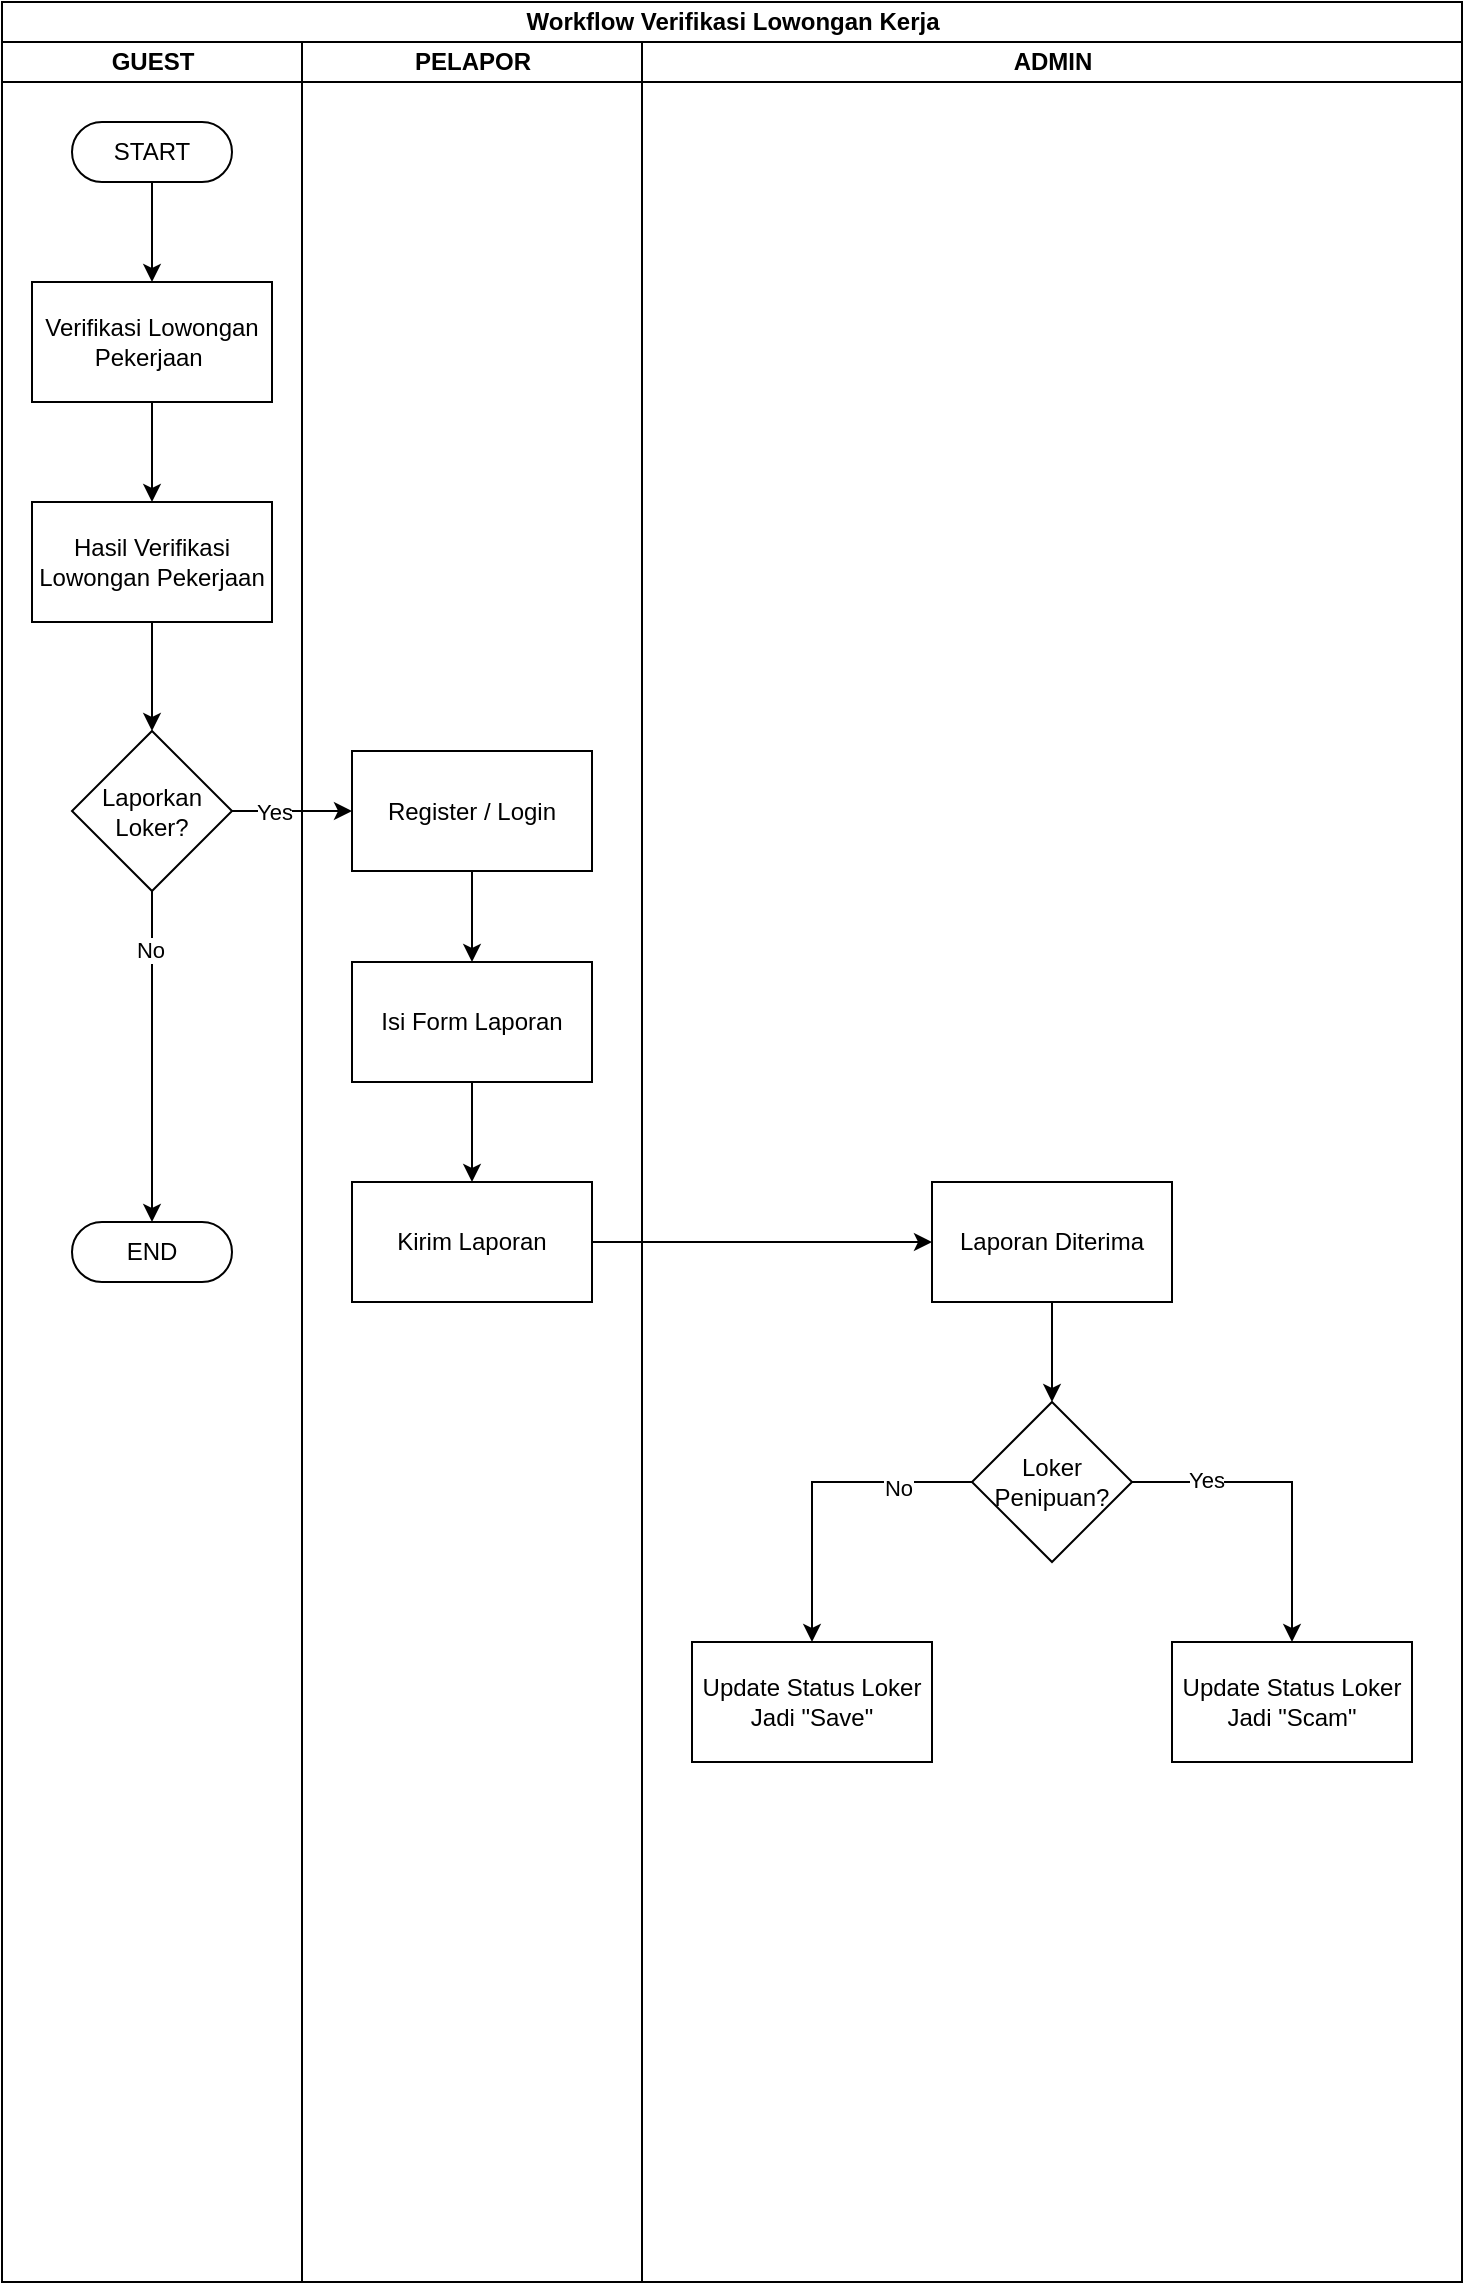
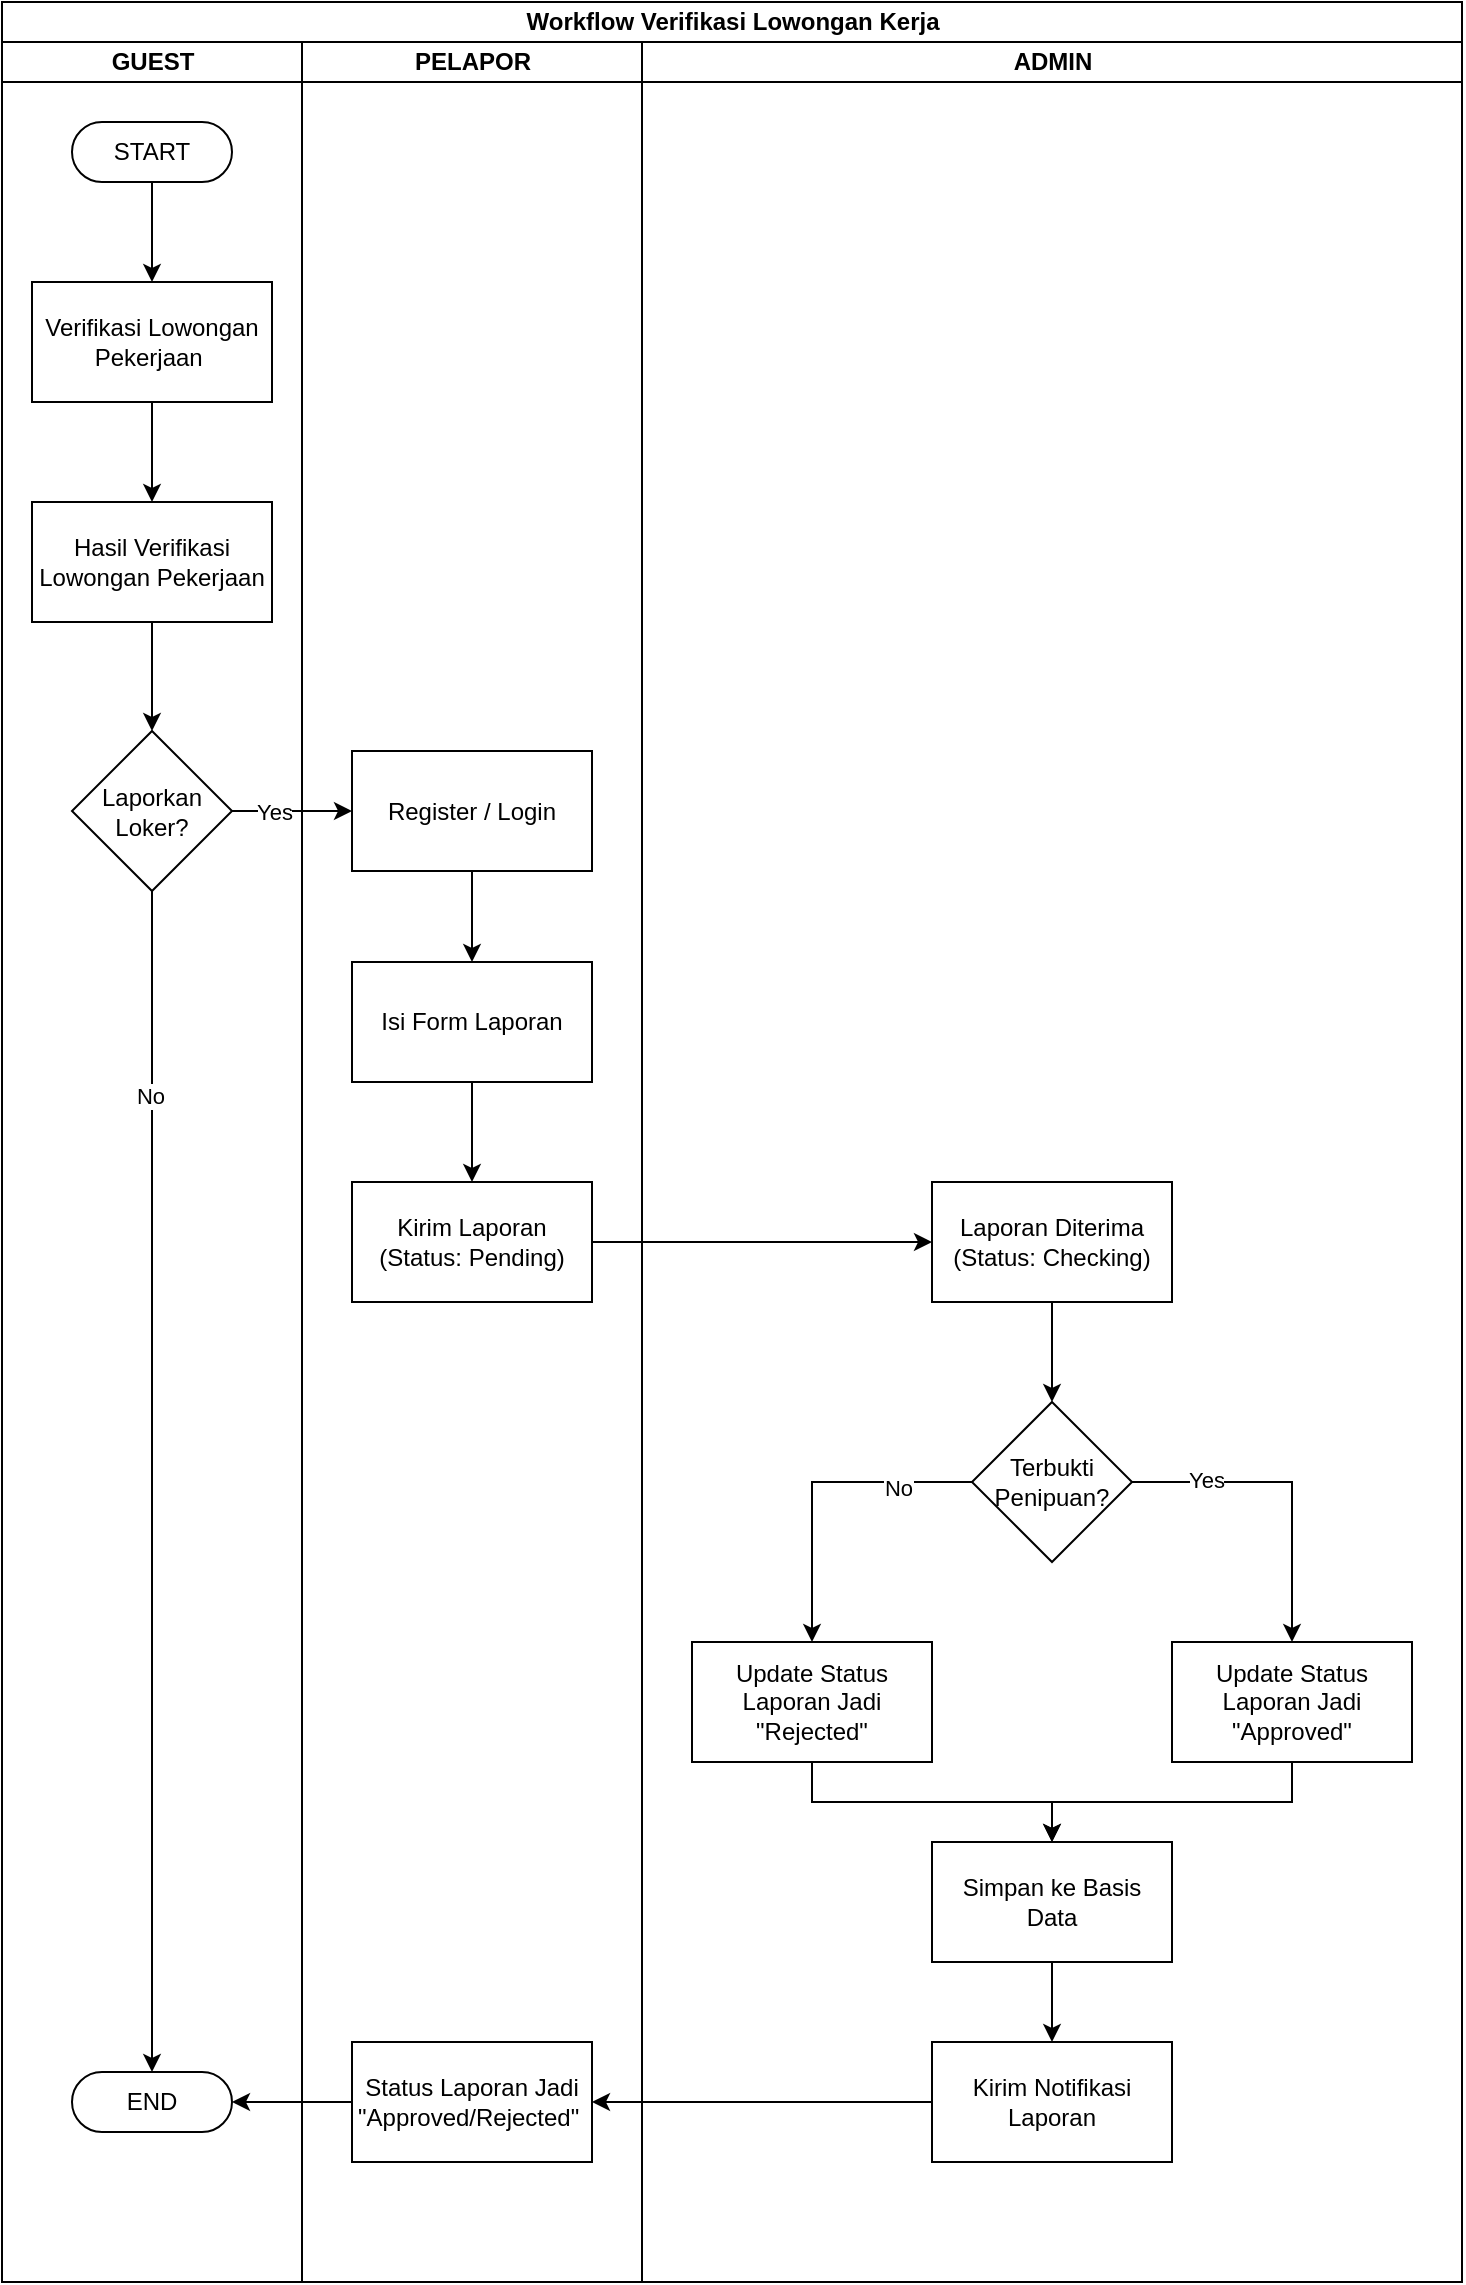
<mxfile host="app.diagrams.net">
  <diagram name="Page-1" id="AH_DpkCW8G2NKo0yafp_">
    <mxGraphModel dx="2054" dy="743" grid="1" gridSize="10" guides="1" tooltips="1" connect="1" arrows="1" fold="1" page="1" pageScale="1" pageWidth="827" pageHeight="1169" math="0" shadow="0">
      <root>
        <mxCell id="0" />
        <mxCell id="1" parent="0" />
        <mxCell id="tpk4NFvTETpMxjlwoaVb-1" parent="1" style="swimlane;childLayout=stackLayout;resizeParent=1;resizeParentMax=0;startSize=20;html=1;" value="Workflow Verifikasi Lowongan Kerja" vertex="1">
          <mxGeometry height="1140" width="729.9999999999995" x="230.00000000000045" y="140" as="geometry" />
        </mxCell>
        <mxCell id="tpk4NFvTETpMxjlwoaVb-2" parent="tpk4NFvTETpMxjlwoaVb-1" style="swimlane;startSize=20;html=1;" value="GUEST" vertex="1">
          <mxGeometry height="1120" width="149.99999999999955" y="20" as="geometry" />
        </mxCell>
        <mxCell id="tpk4NFvTETpMxjlwoaVb-20" edge="1" parent="tpk4NFvTETpMxjlwoaVb-2" source="tpk4NFvTETpMxjlwoaVb-9" style="edgeStyle=orthogonalEdgeStyle;rounded=0;orthogonalLoop=1;jettySize=auto;html=1;" target="tpk4NFvTETpMxjlwoaVb-11" value="">
          <mxGeometry relative="1" as="geometry" />
        </mxCell>
        <mxCell id="tpk4NFvTETpMxjlwoaVb-9" parent="tpk4NFvTETpMxjlwoaVb-2" style="html=1;dashed=0;whiteSpace=wrap;shape=mxgraph.dfd.start" value="START" vertex="1">
          <mxGeometry height="30" width="80" x="34.999999999999545" y="40" as="geometry" />
        </mxCell>
        <mxCell id="tpk4NFvTETpMxjlwoaVb-21" edge="1" parent="tpk4NFvTETpMxjlwoaVb-2" source="tpk4NFvTETpMxjlwoaVb-11" style="edgeStyle=orthogonalEdgeStyle;rounded=0;orthogonalLoop=1;jettySize=auto;html=1;" target="tpk4NFvTETpMxjlwoaVb-13" value="">
          <mxGeometry relative="1" as="geometry" />
        </mxCell>
        <mxCell id="tpk4NFvTETpMxjlwoaVb-11" parent="tpk4NFvTETpMxjlwoaVb-2" style="rounded=0;whiteSpace=wrap;html=1;" value="Verifikasi Lowongan Pekerjaan&amp;nbsp;" vertex="1">
          <mxGeometry height="60" width="120" x="14.999999999999545" y="120" as="geometry" />
        </mxCell>
        <mxCell id="tpk4NFvTETpMxjlwoaVb-22" edge="1" parent="tpk4NFvTETpMxjlwoaVb-2" source="tpk4NFvTETpMxjlwoaVb-13" style="edgeStyle=orthogonalEdgeStyle;rounded=0;orthogonalLoop=1;jettySize=auto;html=1;" target="tpk4NFvTETpMxjlwoaVb-14" value="">
          <mxGeometry relative="1" as="geometry" />
        </mxCell>
        <mxCell id="tpk4NFvTETpMxjlwoaVb-13" parent="tpk4NFvTETpMxjlwoaVb-2" style="rounded=0;whiteSpace=wrap;html=1;" value="Hasil Verifikasi Lowongan Pekerjaan" vertex="1">
          <mxGeometry height="60" width="120" x="14.999999999999545" y="230" as="geometry" />
        </mxCell>
        <mxCell id="tpk4NFvTETpMxjlwoaVb-14" parent="tpk4NFvTETpMxjlwoaVb-2" style="rhombus;whiteSpace=wrap;html=1;" value="Laporkan Loker?" vertex="1">
          <mxGeometry height="80" width="80" x="34.999999999999545" y="344.5" as="geometry" />
        </mxCell>
        <mxCell id="tpk4NFvTETpMxjlwoaVb-25" parent="tpk4NFvTETpMxjlwoaVb-2" style="html=1;dashed=0;whiteSpace=wrap;shape=mxgraph.dfd.start" value="END" vertex="1">
-           <mxGeometry height="30" width="80" x="34.999999999999545" y="590" as="geometry" />
+           <mxGeometry height="30" width="80" x="34.999999999999545" y="1015" as="geometry" />
        </mxCell>
        <mxCell id="tpk4NFvTETpMxjlwoaVb-26" edge="1" parent="tpk4NFvTETpMxjlwoaVb-2" source="tpk4NFvTETpMxjlwoaVb-14" style="edgeStyle=orthogonalEdgeStyle;rounded=0;orthogonalLoop=1;jettySize=auto;html=1;exitX=0.5;exitY=1;exitDx=0;exitDy=0;entryX=0.5;entryY=0.5;entryDx=0;entryDy=-15;entryPerimeter=0;" target="tpk4NFvTETpMxjlwoaVb-25">
          <mxGeometry relative="1" as="geometry" />
        </mxCell>
        <mxCell id="tpk4NFvTETpMxjlwoaVb-33" connectable="0" parent="tpk4NFvTETpMxjlwoaVb-26" style="edgeLabel;html=1;align=center;verticalAlign=middle;resizable=0;points=[];" value="No" vertex="1">
          <mxGeometry relative="1" x="-0.6556" y="-1" as="geometry">
            <mxPoint y="1" as="offset" />
          </mxGeometry>
        </mxCell>
        <mxCell id="tpk4NFvTETpMxjlwoaVb-3" parent="tpk4NFvTETpMxjlwoaVb-1" style="swimlane;startSize=20;html=1;" value="PELAPOR" vertex="1">
          <mxGeometry height="1120" width="170" x="149.99999999999955" y="20" as="geometry" />
        </mxCell>
        <mxCell id="tpk4NFvTETpMxjlwoaVb-27" edge="1" parent="tpk4NFvTETpMxjlwoaVb-3" source="tpk4NFvTETpMxjlwoaVb-17" style="edgeStyle=orthogonalEdgeStyle;rounded=0;orthogonalLoop=1;jettySize=auto;html=1;" target="tpk4NFvTETpMxjlwoaVb-24" value="">
          <mxGeometry relative="1" as="geometry" />
        </mxCell>
        <mxCell id="tpk4NFvTETpMxjlwoaVb-17" parent="tpk4NFvTETpMxjlwoaVb-3" style="rounded=0;whiteSpace=wrap;html=1;" value="Register / Login" vertex="1">
          <mxGeometry height="60" width="120" x="25" y="354.5" as="geometry" />
        </mxCell>
        <mxCell id="tpk4NFvTETpMxjlwoaVb-29" edge="1" parent="tpk4NFvTETpMxjlwoaVb-3" source="tpk4NFvTETpMxjlwoaVb-24" style="edgeStyle=orthogonalEdgeStyle;rounded=0;orthogonalLoop=1;jettySize=auto;html=1;" target="tpk4NFvTETpMxjlwoaVb-28" value="">
          <mxGeometry relative="1" as="geometry" />
        </mxCell>
        <mxCell id="tpk4NFvTETpMxjlwoaVb-24" parent="tpk4NFvTETpMxjlwoaVb-3" style="rounded=0;whiteSpace=wrap;html=1;" value="Isi Form Laporan" vertex="1">
          <mxGeometry height="60" width="120" x="25" y="460" as="geometry" />
        </mxCell>
-         <mxCell id="tpk4NFvTETpMxjlwoaVb-28" parent="tpk4NFvTETpMxjlwoaVb-3" style="rounded=0;whiteSpace=wrap;html=1;" value="Kirim Laporan" vertex="1">
+         <mxCell id="tpk4NFvTETpMxjlwoaVb-28" parent="tpk4NFvTETpMxjlwoaVb-3" style="rounded=0;whiteSpace=wrap;html=1;" value="Kirim Laporan (Status: Pending)" vertex="1">
          <mxGeometry height="60" width="120" x="25" y="570" as="geometry" />
+         </mxCell>
+         <mxCell id="tpk4NFvTETpMxjlwoaVb-46" parent="tpk4NFvTETpMxjlwoaVb-3" style="rounded=0;whiteSpace=wrap;html=1;" value="Status Laporan Jadi &quot;Approved/Rejected&quot;&amp;nbsp;" vertex="1">
+           <mxGeometry height="60" width="120" x="25" y="1000" as="geometry" />
        </mxCell>
        <mxCell id="tpk4NFvTETpMxjlwoaVb-18" edge="1" parent="tpk4NFvTETpMxjlwoaVb-1" source="tpk4NFvTETpMxjlwoaVb-14" style="edgeStyle=orthogonalEdgeStyle;rounded=0;orthogonalLoop=1;jettySize=auto;html=1;exitX=1;exitY=0.5;exitDx=0;exitDy=0;entryX=0;entryY=0.5;entryDx=0;entryDy=0;" target="tpk4NFvTETpMxjlwoaVb-17">
          <mxGeometry relative="1" as="geometry" />
        </mxCell>
        <mxCell id="tpk4NFvTETpMxjlwoaVb-19" connectable="0" parent="tpk4NFvTETpMxjlwoaVb-18" style="edgeLabel;html=1;align=center;verticalAlign=middle;resizable=0;points=[];" value="Yes" vertex="1">
          <mxGeometry relative="1" x="-0.3167" as="geometry">
            <mxPoint as="offset" />
          </mxGeometry>
        </mxCell>
        <mxCell id="tpk4NFvTETpMxjlwoaVb-4" parent="tpk4NFvTETpMxjlwoaVb-1" style="swimlane;startSize=20;html=1;" value="ADMIN" vertex="1">
          <mxGeometry height="1120" width="410" x="319.99999999999955" y="20" as="geometry" />
        </mxCell>
        <mxCell id="tpk4NFvTETpMxjlwoaVb-34" edge="1" parent="tpk4NFvTETpMxjlwoaVb-4" source="tpk4NFvTETpMxjlwoaVb-30" style="edgeStyle=orthogonalEdgeStyle;rounded=0;orthogonalLoop=1;jettySize=auto;html=1;" target="tpk4NFvTETpMxjlwoaVb-32" value="">
          <mxGeometry relative="1" as="geometry" />
        </mxCell>
-         <mxCell id="tpk4NFvTETpMxjlwoaVb-30" parent="tpk4NFvTETpMxjlwoaVb-4" style="rounded=0;whiteSpace=wrap;html=1;" value="Laporan Diterima" vertex="1">
+         <mxCell id="tpk4NFvTETpMxjlwoaVb-30" parent="tpk4NFvTETpMxjlwoaVb-4" style="rounded=0;whiteSpace=wrap;html=1;" value="Laporan Diterima (Status: Checking)" vertex="1">
          <mxGeometry height="60" width="120" x="145" y="570" as="geometry" />
        </mxCell>
        <mxCell id="tpk4NFvTETpMxjlwoaVb-37" edge="1" parent="tpk4NFvTETpMxjlwoaVb-4" source="tpk4NFvTETpMxjlwoaVb-32" style="edgeStyle=orthogonalEdgeStyle;rounded=0;orthogonalLoop=1;jettySize=auto;html=1;exitX=1;exitY=0.5;exitDx=0;exitDy=0;entryX=0.5;entryY=0;entryDx=0;entryDy=0;" target="tpk4NFvTETpMxjlwoaVb-35">
          <mxGeometry relative="1" as="geometry" />
        </mxCell>
        <mxCell id="tpk4NFvTETpMxjlwoaVb-39" connectable="0" parent="tpk4NFvTETpMxjlwoaVb-37" style="edgeLabel;html=1;align=center;verticalAlign=middle;resizable=0;points=[];" value="Yes" vertex="1">
          <mxGeometry relative="1" x="-0.5375" y="1" as="geometry">
            <mxPoint as="offset" />
          </mxGeometry>
        </mxCell>
        <mxCell id="tpk4NFvTETpMxjlwoaVb-38" edge="1" parent="tpk4NFvTETpMxjlwoaVb-4" source="tpk4NFvTETpMxjlwoaVb-32" style="edgeStyle=orthogonalEdgeStyle;rounded=0;orthogonalLoop=1;jettySize=auto;html=1;exitX=0;exitY=0.5;exitDx=0;exitDy=0;entryX=0.5;entryY=0;entryDx=0;entryDy=0;" target="tpk4NFvTETpMxjlwoaVb-36">
          <mxGeometry relative="1" as="geometry" />
        </mxCell>
        <mxCell id="tpk4NFvTETpMxjlwoaVb-40" connectable="0" parent="tpk4NFvTETpMxjlwoaVb-38" style="edgeLabel;html=1;align=center;verticalAlign=middle;resizable=0;points=[];" value="No" vertex="1">
          <mxGeometry relative="1" x="-0.5375" y="3" as="geometry">
            <mxPoint as="offset" />
          </mxGeometry>
        </mxCell>
-         <mxCell id="tpk4NFvTETpMxjlwoaVb-32" parent="tpk4NFvTETpMxjlwoaVb-4" style="rhombus;whiteSpace=wrap;html=1;" value="Loker Penipuan?" vertex="1">
+         <mxCell id="tpk4NFvTETpMxjlwoaVb-32" parent="tpk4NFvTETpMxjlwoaVb-4" style="rhombus;whiteSpace=wrap;html=1;" value="Terbukti Penipuan?" vertex="1">
          <mxGeometry height="80" width="80" x="165" y="680" as="geometry" />
        </mxCell>
-         <mxCell id="tpk4NFvTETpMxjlwoaVb-35" parent="tpk4NFvTETpMxjlwoaVb-4" style="rounded=0;whiteSpace=wrap;html=1;" value="Update Status Loker Jadi &quot;Scam&quot;" vertex="1">
+         <mxCell id="tpk4NFvTETpMxjlwoaVb-42" edge="1" parent="tpk4NFvTETpMxjlwoaVb-4" source="tpk4NFvTETpMxjlwoaVb-35" style="edgeStyle=orthogonalEdgeStyle;rounded=0;orthogonalLoop=1;jettySize=auto;html=1;exitX=0.5;exitY=1;exitDx=0;exitDy=0;entryX=0.5;entryY=0;entryDx=0;entryDy=0;" target="tpk4NFvTETpMxjlwoaVb-41">
+           <mxGeometry relative="1" as="geometry" />
+         </mxCell>
+         <mxCell id="tpk4NFvTETpMxjlwoaVb-35" parent="tpk4NFvTETpMxjlwoaVb-4" style="rounded=0;whiteSpace=wrap;html=1;" value="Update Status Laporan Jadi &quot;Approved&quot;" vertex="1">
          <mxGeometry height="60" width="120" x="265" y="800" as="geometry" />
        </mxCell>
-         <mxCell id="tpk4NFvTETpMxjlwoaVb-36" parent="tpk4NFvTETpMxjlwoaVb-4" style="rounded=0;whiteSpace=wrap;html=1;" value="Update Status Loker Jadi &quot;Save&quot;" vertex="1">
+         <mxCell id="tpk4NFvTETpMxjlwoaVb-43" edge="1" parent="tpk4NFvTETpMxjlwoaVb-4" source="tpk4NFvTETpMxjlwoaVb-36" style="edgeStyle=orthogonalEdgeStyle;rounded=0;orthogonalLoop=1;jettySize=auto;html=1;exitX=0.5;exitY=1;exitDx=0;exitDy=0;entryX=0.5;entryY=0;entryDx=0;entryDy=0;" target="tpk4NFvTETpMxjlwoaVb-41">
+           <mxGeometry relative="1" as="geometry" />
+         </mxCell>
+         <mxCell id="tpk4NFvTETpMxjlwoaVb-36" parent="tpk4NFvTETpMxjlwoaVb-4" style="rounded=0;whiteSpace=wrap;html=1;" value="Update Status Laporan Jadi &quot;Rejected&quot;" vertex="1">
          <mxGeometry height="60" width="120" x="25" y="800" as="geometry" />
        </mxCell>
+         <mxCell id="tpk4NFvTETpMxjlwoaVb-45" edge="1" parent="tpk4NFvTETpMxjlwoaVb-4" source="tpk4NFvTETpMxjlwoaVb-41" style="edgeStyle=orthogonalEdgeStyle;rounded=0;orthogonalLoop=1;jettySize=auto;html=1;" target="tpk4NFvTETpMxjlwoaVb-44" value="">
+           <mxGeometry relative="1" as="geometry" />
+         </mxCell>
+         <mxCell id="tpk4NFvTETpMxjlwoaVb-41" parent="tpk4NFvTETpMxjlwoaVb-4" style="rounded=0;whiteSpace=wrap;html=1;" value="Simpan ke Basis Data" vertex="1">
+           <mxGeometry height="60" width="120" x="145" y="900" as="geometry" />
+         </mxCell>
+         <mxCell id="tpk4NFvTETpMxjlwoaVb-44" parent="tpk4NFvTETpMxjlwoaVb-4" style="rounded=0;whiteSpace=wrap;html=1;" value="Kirim Notifikasi Laporan" vertex="1">
+           <mxGeometry height="60" width="120" x="145" y="1000" as="geometry" />
+         </mxCell>
        <mxCell id="tpk4NFvTETpMxjlwoaVb-31" edge="1" parent="tpk4NFvTETpMxjlwoaVb-1" source="tpk4NFvTETpMxjlwoaVb-28" style="edgeStyle=orthogonalEdgeStyle;rounded=0;orthogonalLoop=1;jettySize=auto;html=1;exitX=1;exitY=0.5;exitDx=0;exitDy=0;entryX=0;entryY=0.5;entryDx=0;entryDy=0;" target="tpk4NFvTETpMxjlwoaVb-30">
+           <mxGeometry relative="1" as="geometry" />
+         </mxCell>
+         <mxCell id="tpk4NFvTETpMxjlwoaVb-47" edge="1" parent="tpk4NFvTETpMxjlwoaVb-1" source="tpk4NFvTETpMxjlwoaVb-44" style="edgeStyle=orthogonalEdgeStyle;rounded=0;orthogonalLoop=1;jettySize=auto;html=1;exitX=0;exitY=0.5;exitDx=0;exitDy=0;entryX=1;entryY=0.5;entryDx=0;entryDy=0;" target="tpk4NFvTETpMxjlwoaVb-46">
+           <mxGeometry relative="1" as="geometry" />
+         </mxCell>
+         <mxCell id="tpk4NFvTETpMxjlwoaVb-48" edge="1" parent="tpk4NFvTETpMxjlwoaVb-1" source="tpk4NFvTETpMxjlwoaVb-46" style="edgeStyle=orthogonalEdgeStyle;rounded=0;orthogonalLoop=1;jettySize=auto;html=1;exitX=0;exitY=0.5;exitDx=0;exitDy=0;entryX=1;entryY=0.5;entryDx=0;entryDy=0;entryPerimeter=0;" target="tpk4NFvTETpMxjlwoaVb-25">
          <mxGeometry relative="1" as="geometry" />
        </mxCell>
      </root>
    </mxGraphModel>
  </diagram>
</mxfile>
